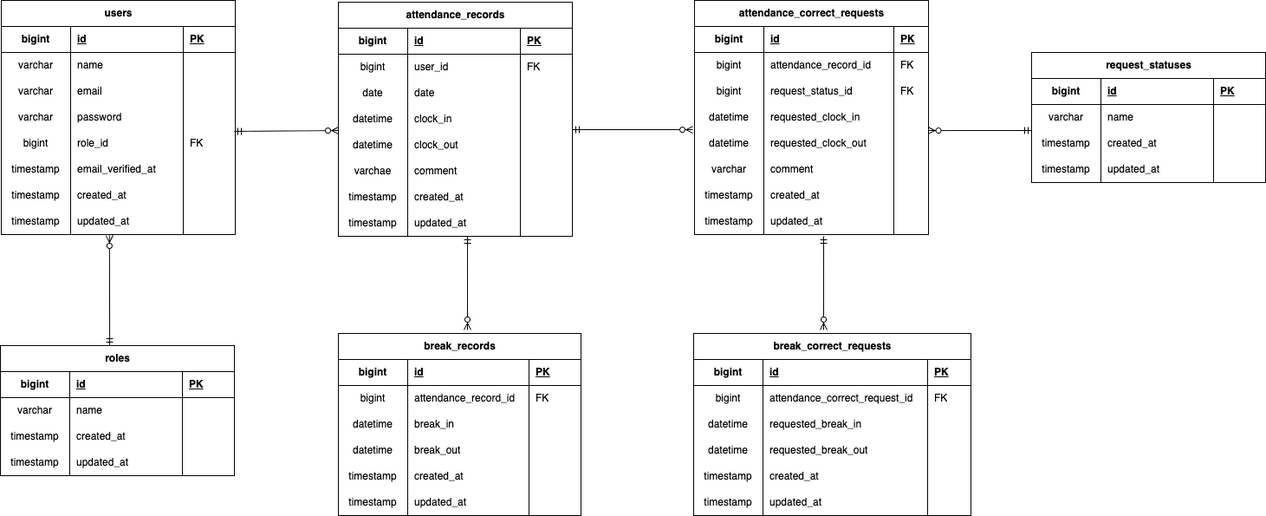
The draw.io diagram ER.drawio.png in Tamori169/Laravel-attendance-management, before a commit. Source tidied: cells renumbered, new cells last; positions are measured from the earlier drawing's top-left corner, leaving out a move shared by most shapes.
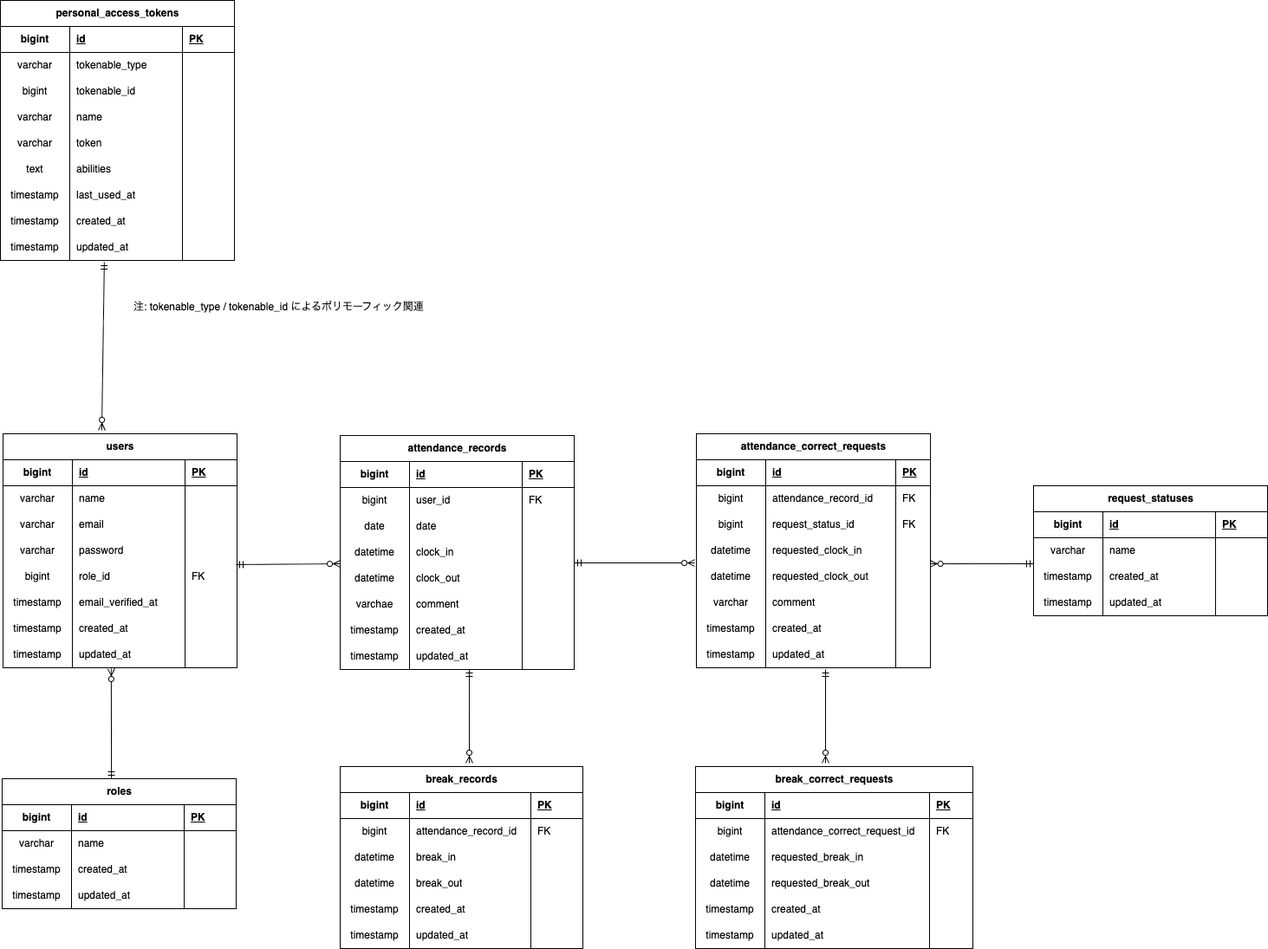
The same diagram one commit later.

Diff of the diagram source:
```diff
@@ -581,5 +581,122 @@
         <mxPoint x="1070.6" y="150.1" as="targetPoint" />
       </mxGeometry>
     </mxCell>
+    <mxCell id="191" value="personal_access_tokens" style="shape=table;startSize=30;rowLines=0;fontStyle=1;align=center;html=1;" parent="1" vertex="1">
+      <mxGeometry x="-2" y="-500" width="270" height="300" as="geometry" />
+    </mxCell>
+    <mxCell id="192" style="shape=tableRow;horizontal=0;startSize=0;swimlaneHead=0;swimlaneBody=0;fillColor=none;top=0;left=0;right=0;bottom=1;" parent="191" vertex="1">
+      <mxGeometry y="30" width="270" height="30" as="geometry" />
+    </mxCell>
+    <mxCell id="193" value="bigint" style="shape=partialRectangle;fillColor=none;top=0;left=0;bottom=0;right=0;fontStyle=1;overflow=hidden;whiteSpace=wrap;html=1;" parent="192" vertex="1">
+      <mxGeometry width="80" height="30" as="geometry" />
+    </mxCell>
+    <mxCell id="194" value="id" style="shape=partialRectangle;fillColor=none;top=0;left=0;bottom=0;right=0;align=left;spacingLeft=6;fontStyle=5;overflow=hidden;whiteSpace=wrap;html=1;" parent="192" vertex="1">
+      <mxGeometry x="80" width="130" height="30" as="geometry" />
+    </mxCell>
+    <mxCell id="195" value="PK" style="shape=partialRectangle;fillColor=none;top=0;left=0;bottom=0;right=0;align=left;spacingLeft=6;fontStyle=5;overflow=hidden;whiteSpace=wrap;html=1;" parent="192" vertex="1">
+      <mxGeometry x="210" width="60" height="30" as="geometry" />
+    </mxCell>
+    <mxCell id="196" style="shape=tableRow;horizontal=0;startSize=0;swimlaneHead=0;swimlaneBody=0;fillColor=none;top=0;left=0;right=0;bottom=0;" parent="191" vertex="1">
+      <mxGeometry y="60" width="270" height="30" as="geometry" />
+    </mxCell>
+    <mxCell id="197" value="varchar" style="shape=partialRectangle;fillColor=none;top=0;left=0;bottom=0;right=0;overflow=hidden;whiteSpace=wrap;html=1;" parent="196" vertex="1">
+      <mxGeometry width="80" height="30" as="geometry" />
+    </mxCell>
+    <mxCell id="198" value="tokenable_type" style="shape=partialRectangle;fillColor=none;top=0;left=0;bottom=0;right=0;align=left;spacingLeft=6;overflow=hidden;whiteSpace=wrap;html=1;" parent="196" vertex="1">
+      <mxGeometry x="80" width="130" height="30" as="geometry" />
+    </mxCell>
+    <mxCell id="199" style="shape=partialRectangle;fillColor=none;top=0;left=0;bottom=0;right=0;align=left;spacingLeft=6;overflow=hidden;whiteSpace=wrap;html=1;" parent="196" vertex="1">
+      <mxGeometry x="210" width="60" height="30" as="geometry" />
+    </mxCell>
+    <mxCell id="200" style="shape=tableRow;horizontal=0;startSize=0;swimlaneHead=0;swimlaneBody=0;fillColor=none;top=0;left=0;right=0;bottom=0;" parent="191" vertex="1">
+      <mxGeometry y="90" width="270" height="30" as="geometry" />
+    </mxCell>
+    <mxCell id="201" value="bigint" style="shape=partialRectangle;fillColor=none;top=0;left=0;bottom=0;right=0;overflow=hidden;whiteSpace=wrap;html=1;" parent="200" vertex="1">
+      <mxGeometry width="80" height="30" as="geometry" />
+    </mxCell>
+    <mxCell id="202" value="tokenable_id" style="shape=partialRectangle;fillColor=none;top=0;left=0;bottom=0;right=0;align=left;spacingLeft=6;overflow=hidden;whiteSpace=wrap;html=1;" parent="200" vertex="1">
+      <mxGeometry x="80" width="130" height="30" as="geometry" />
+    </mxCell>
+    <mxCell id="203" style="shape=partialRectangle;fillColor=none;top=0;left=0;bottom=0;right=0;align=left;spacingLeft=6;overflow=hidden;whiteSpace=wrap;html=1;" parent="200" vertex="1">
+      <mxGeometry x="210" width="60" height="30" as="geometry" />
+    </mxCell>
+    <mxCell id="204" style="shape=tableRow;horizontal=0;startSize=0;swimlaneHead=0;swimlaneBody=0;fillColor=none;top=0;left=0;right=0;bottom=0;" parent="191" vertex="1">
+      <mxGeometry y="120" width="270" height="30" as="geometry" />
+    </mxCell>
+    <mxCell id="205" value="varchar" style="shape=partialRectangle;fillColor=none;top=0;left=0;bottom=0;right=0;overflow=hidden;whiteSpace=wrap;html=1;" parent="204" vertex="1">
+      <mxGeometry width="80" height="30" as="geometry" />
+    </mxCell>
+    <mxCell id="206" value="name" style="shape=partialRectangle;fillColor=none;top=0;left=0;bottom=0;right=0;align=left;spacingLeft=6;overflow=hidden;whiteSpace=wrap;html=1;" parent="204" vertex="1">
+      <mxGeometry x="80" width="130" height="30" as="geometry" />
+    </mxCell>
+    <mxCell id="207" style="shape=partialRectangle;fillColor=none;top=0;left=0;bottom=0;right=0;align=left;spacingLeft=6;overflow=hidden;whiteSpace=wrap;html=1;" parent="204" vertex="1">
+      <mxGeometry x="210" width="60" height="30" as="geometry" />
+    </mxCell>
+    <mxCell id="208" style="shape=tableRow;horizontal=0;startSize=0;swimlaneHead=0;swimlaneBody=0;fillColor=none;top=0;left=0;right=0;bottom=0;" parent="191" vertex="1">
+      <mxGeometry y="150" width="270" height="30" as="geometry" />
+    </mxCell>
+    <mxCell id="209" value="varchar" style="shape=partialRectangle;fillColor=none;top=0;left=0;bottom=0;right=0;overflow=hidden;whiteSpace=wrap;html=1;" parent="208" vertex="1">
+      <mxGeometry width="80" height="30" as="geometry" />
+    </mxCell>
+    <mxCell id="210" value="token" style="shape=partialRectangle;fillColor=none;top=0;left=0;bottom=0;right=0;align=left;spacingLeft=6;overflow=hidden;whiteSpace=wrap;html=1;" parent="208" vertex="1">
+      <mxGeometry x="80" width="130" height="30" as="geometry" />
+    </mxCell>
+    <mxCell id="211" style="shape=partialRectangle;fillColor=none;top=0;left=0;bottom=0;right=0;align=left;spacingLeft=6;overflow=hidden;whiteSpace=wrap;html=1;" parent="208" vertex="1">
+      <mxGeometry x="210" width="60" height="30" as="geometry" />
+    </mxCell>
+    <mxCell id="212" style="shape=tableRow;horizontal=0;startSize=0;swimlaneHead=0;swimlaneBody=0;fillColor=none;top=0;left=0;right=0;bottom=0;" parent="191" vertex="1">
+      <mxGeometry y="180" width="270" height="30" as="geometry" />
+    </mxCell>
+    <mxCell id="213" value="text" style="shape=partialRectangle;fillColor=none;top=0;left=0;bottom=0;right=0;overflow=hidden;whiteSpace=wrap;html=1;" parent="212" vertex="1">
+      <mxGeometry width="80" height="30" as="geometry" />
+    </mxCell>
+    <mxCell id="214" value="abilities" style="shape=partialRectangle;fillColor=none;top=0;left=0;bottom=0;right=0;align=left;spacingLeft=6;overflow=hidden;whiteSpace=wrap;html=1;" parent="212" vertex="1">
+      <mxGeometry x="80" width="130" height="30" as="geometry" />
+    </mxCell>
+    <mxCell id="215" style="shape=partialRectangle;fillColor=none;top=0;left=0;bottom=0;right=0;align=left;spacingLeft=6;overflow=hidden;whiteSpace=wrap;html=1;" parent="212" vertex="1">
+      <mxGeometry x="210" width="60" height="30" as="geometry" />
+    </mxCell>
+    <mxCell id="216" style="shape=tableRow;horizontal=0;startSize=0;swimlaneHead=0;swimlaneBody=0;fillColor=none;top=0;left=0;right=0;bottom=0;" parent="191" vertex="1">
+      <mxGeometry y="210" width="270" height="30" as="geometry" />
+    </mxCell>
+    <mxCell id="217" value="timestamp" style="shape=partialRectangle;fillColor=none;top=0;left=0;bottom=0;right=0;overflow=hidden;whiteSpace=wrap;html=1;" parent="216" vertex="1">
+      <mxGeometry width="80" height="30" as="geometry" />
+    </mxCell>
+    <mxCell id="218" value="last_used_at" style="shape=partialRectangle;fillColor=none;top=0;left=0;bottom=0;right=0;align=left;spacingLeft=6;overflow=hidden;whiteSpace=wrap;html=1;" parent="216" vertex="1">
+      <mxGeometry x="80" width="130" height="30" as="geometry" />
+    </mxCell>
+    <mxCell id="219" style="shape=partialRectangle;fillColor=none;top=0;left=0;bottom=0;right=0;align=left;spacingLeft=6;overflow=hidden;whiteSpace=wrap;html=1;" parent="216" vertex="1">
+      <mxGeometry x="210" width="60" height="30" as="geometry" />
+    </mxCell>
+    <mxCell id="220" style="shape=tableRow;horizontal=0;startSize=0;swimlaneHead=0;swimlaneBody=0;fillColor=none;top=0;left=0;right=0;bottom=0;" parent="191" vertex="1">
+      <mxGeometry y="240" width="270" height="30" as="geometry" />
+    </mxCell>
+    <mxCell id="221" value="timestamp" style="shape=partialRectangle;fillColor=none;top=0;left=0;bottom=0;right=0;overflow=hidden;whiteSpace=wrap;html=1;" parent="220" vertex="1">
+      <mxGeometry width="80" height="30" as="geometry" />
+    </mxCell>
+    <mxCell id="222" value="created_at" style="shape=partialRectangle;fillColor=none;top=0;left=0;bottom=0;right=0;align=left;spacingLeft=6;overflow=hidden;whiteSpace=wrap;html=1;" parent="220" vertex="1">
+      <mxGeometry x="80" width="130" height="30" as="geometry" />
+    </mxCell>
+    <mxCell id="223" style="shape=partialRectangle;fillColor=none;top=0;left=0;bottom=0;right=0;align=left;spacingLeft=6;overflow=hidden;whiteSpace=wrap;html=1;" parent="220" vertex="1">
+      <mxGeometry x="210" width="60" height="30" as="geometry" />
+    </mxCell>
+    <mxCell id="224" style="shape=tableRow;horizontal=0;startSize=0;swimlaneHead=0;swimlaneBody=0;fillColor=none;points=[[0,0.5],[1,0.5]];portConstraint=eastwest;top=0;left=0;right=0;bottom=0;" parent="191" vertex="1">
+      <mxGeometry y="270" width="270" height="30" as="geometry" />
+    </mxCell>
+    <mxCell id="225" value="timestamp" style="shape=partialRectangle;fillColor=none;top=0;left=0;bottom=0;right=0;overflow=hidden;whiteSpace=wrap;html=1;" parent="224" vertex="1">
+      <mxGeometry width="80" height="30" as="geometry" />
+    </mxCell>
+    <mxCell id="226" value="updated_at" style="shape=partialRectangle;fillColor=none;top=0;left=0;bottom=0;right=0;align=left;spacingLeft=6;overflow=hidden;whiteSpace=wrap;html=1;" parent="224" vertex="1">
+      <mxGeometry x="80" width="130" height="30" as="geometry" />
+    </mxCell>
+    <mxCell id="227" style="shape=partialRectangle;fillColor=none;top=0;left=0;bottom=0;right=0;align=left;spacingLeft=6;overflow=hidden;whiteSpace=wrap;html=1;" parent="224" vertex="1">
+      <mxGeometry x="210" width="60" height="30" as="geometry" />
+    </mxCell>
+    <mxCell id="228" style="fontSize=12;html=1;endArrow=ERzeroToMany;startArrow=ERmandOne;exitX=0.444;exitY=1.067;exitDx=0;exitDy=0;exitPerimeter=0;entryX=0.422;entryY=-0.015;entryDx=0;entryDy=0;entryPerimeter=0;" parent="1" edge="1" source="224" target="19">
+      <mxGeometry relative="1" as="geometry" />
+    </mxCell>
+    <mxCell id="229" value="注: tokenable_type / tokenable_id によるポリモーフィック関連" style="text;whiteSpace=wrap;" parent="1" vertex="1">
+      <mxGeometry x="150" y="-160" width="370" height="40" as="geometry" />
+    </mxCell>
   </root>
 </mxGraphModel>
```
